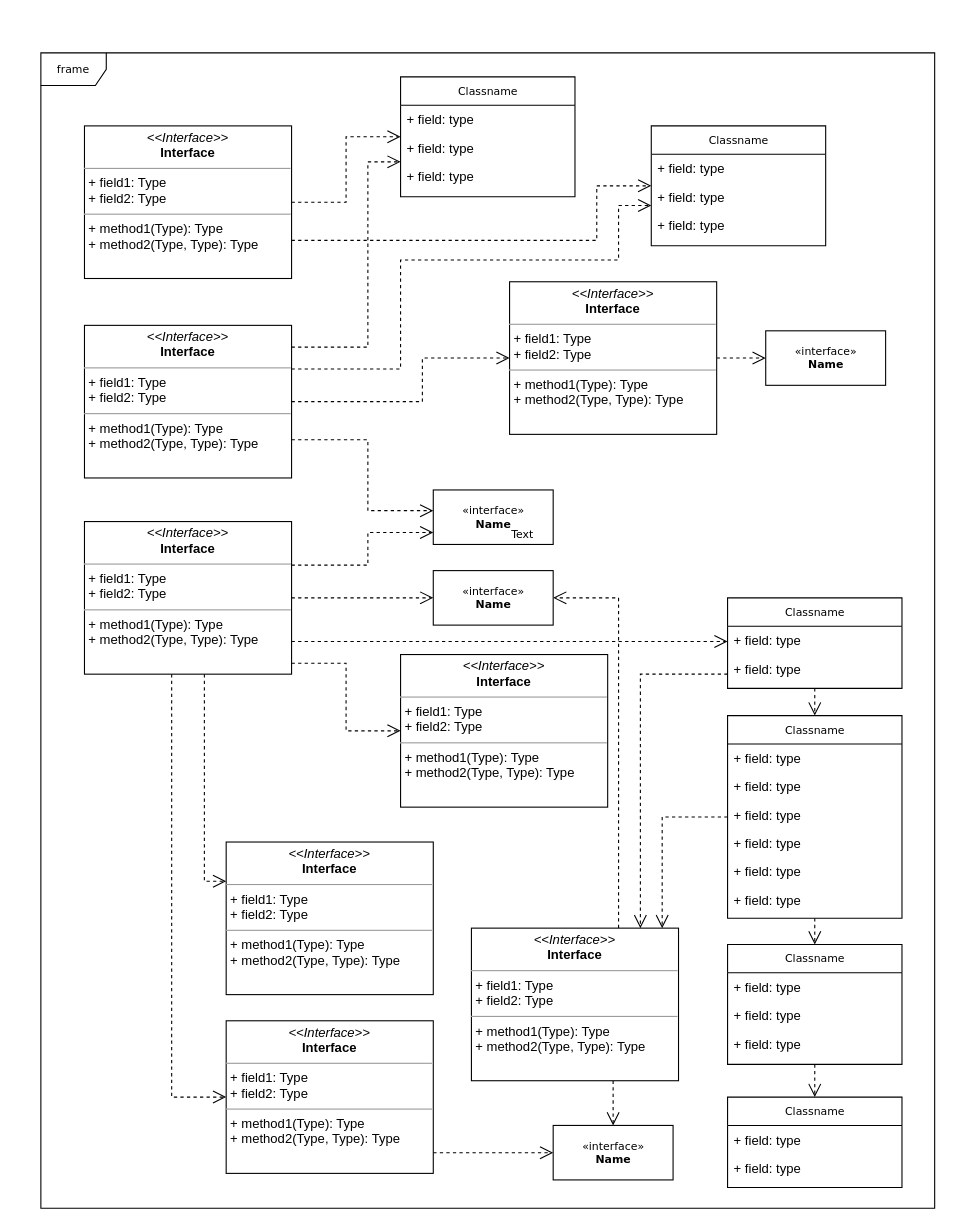
mojo-izadi/hoho keeps this draw.io diagram as Untitled Diagram.drawio. Above is the earlier version. Source tidied: cells renumbered, new cells numbered last; positions are measured from the earlier drawing's top-left corner, leaving out a move shared by most shapes. Both pictures are drawn from the tidied source at 109%, with x=0, y=0 at pixel (40, 52).
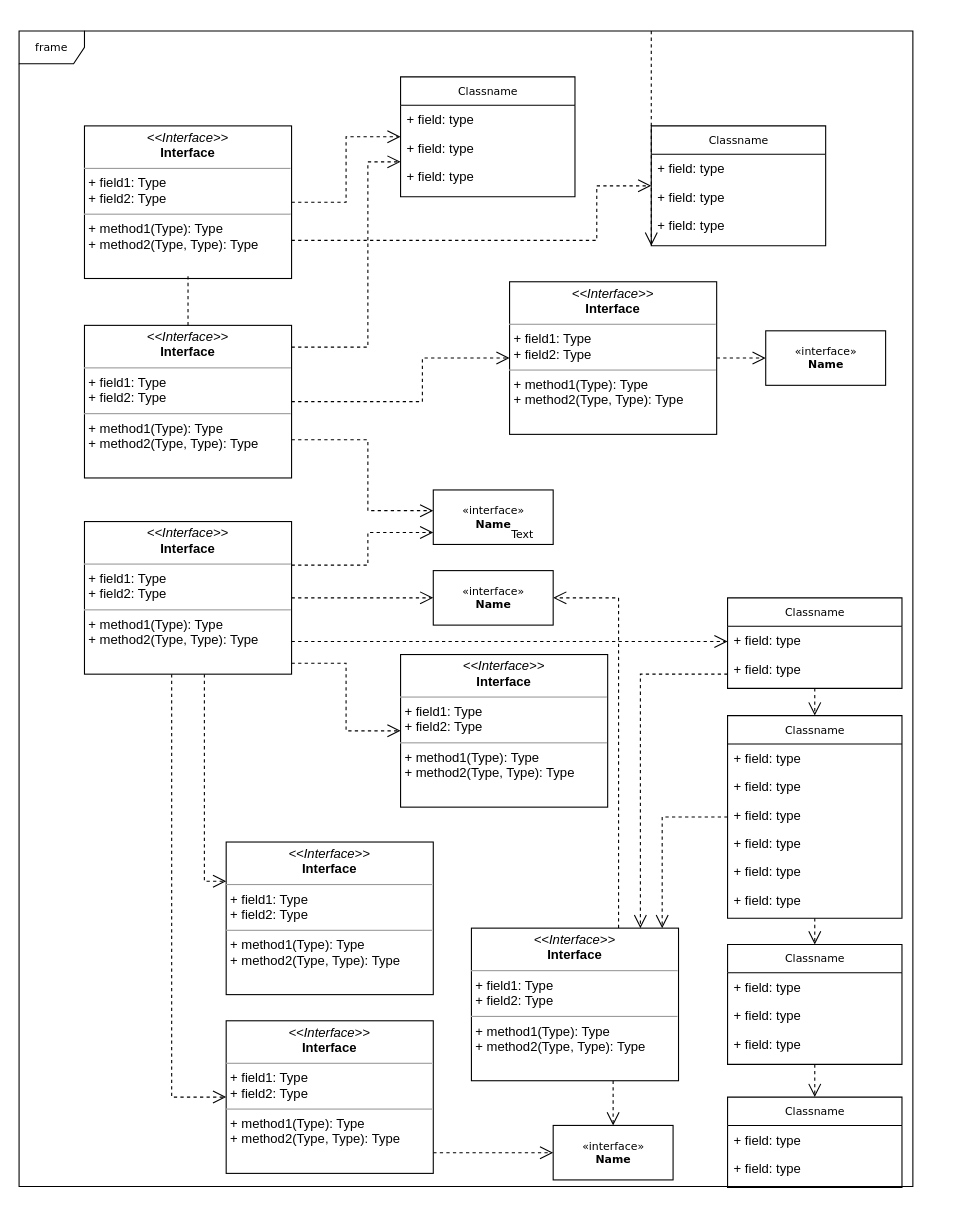
After the change.

Unchanged cells that the change refers to:
```xml
<mxCell id="16" value="Classname" style="swimlane;html=1;fontStyle=0;horizontal=1;startSize=26;fillColor=none;swimlaneFillColor=#ffffff;rounded=0;shadow=0;comic=0;labelBackgroundColor=none;strokeWidth=1;fontFamily=Verdana;fontSize=10;align=center;" parent="1" vertex="1">
  <mxGeometry x="560" y="67" width="160" height="110" as="geometry" />
</mxCell>
<mxCell id="53" value="&lt;p style=&quot;margin:0px;margin-top:4px;text-align:center;&quot;&gt;&lt;i&gt;&amp;lt;&amp;lt;Interface&amp;gt;&amp;gt;&lt;/i&gt;&lt;br/&gt;&lt;b&gt;Interface&lt;/b&gt;&lt;/p&gt;&lt;hr size=&quot;1&quot;/&gt;&lt;p style=&quot;margin:0px;margin-left:4px;&quot;&gt;+ field1: Type&lt;br/&gt;+ field2: Type&lt;/p&gt;&lt;hr size=&quot;1&quot;/&gt;&lt;p style=&quot;margin:0px;margin-left:4px;&quot;&gt;+ method1(Type): Type&lt;br/&gt;+ method2(Type, Type): Type&lt;/p&gt;" style="verticalAlign=top;align=left;overflow=fill;fontSize=12;fontFamily=Helvetica;html=1;rounded=0;shadow=0;comic=0;labelBackgroundColor=none;strokeWidth=1;" parent="1" vertex="1">
  <mxGeometry x="40" y="250" width="190" height="140" as="geometry" />
</mxCell>
```

Diff of the diagram source:
```diff
@@
-    <mxCell id="2" value="frame" style="shape=umlFrame;whiteSpace=wrap;html=1;rounded=0;shadow=0;comic=0;labelBackgroundColor=none;strokeWidth=1;fontFamily=Verdana;fontSize=10;align=center;" parent="1" vertex="1">
-      <mxGeometry width="820" height="1060" as="geometry" />
-    </mxCell>
@@
-    <mxCell id="50" style="edgeStyle=orthogonalEdgeStyle;rounded=0;html=1;dashed=1;labelBackgroundColor=none;startFill=0;endArrow=open;endFill=0;endSize=10;fontFamily=Verdana;fontSize=10;" parent="1" edge="1" source="53" target="16">
+    <mxCell id="50" style="edgeStyle=orthogonalEdgeStyle;rounded=0;html=1;dashed=1;labelBackgroundColor=none;startFill=0;endArrow=open;endFill=0;endSize=10;fontFamily=Verdana;fontSize=10;startArrow=none;" parent="1" edge="1" source="2" target="16">
       <mxGeometry relative="1" as="geometry">
         <Array as="points">
-          <mxPoint x="330" y="290" />
           <mxPoint x="330" y="190" />
           <mxPoint x="530" y="190" />
           <mxPoint x="530" y="140" />
         </Array>
       </mxGeometry>
     </mxCell>
@@
+    <mxCell id="2" value="frame" style="shape=umlFrame;whiteSpace=wrap;html=1;rounded=0;shadow=0;comic=0;labelBackgroundColor=none;strokeWidth=1;fontFamily=Verdana;fontSize=10;align=center;" parent="1" vertex="1">
+      <mxGeometry x="-20" y="-20" width="820" height="1060" as="geometry" />
+    </mxCell>
+    <mxCell id="62" style="edgeStyle=orthogonalEdgeStyle;rounded=0;html=1;dashed=1;labelBackgroundColor=none;startFill=0;endArrow=none;endFill=0;endSize=10;fontFamily=Verdana;fontSize=10;" parent="1" edge="1" source="53" target="2">
+      <mxGeometry relative="1" as="geometry">
+        <Array as="points">
+          <mxPoint x="330" y="300" />
+        </Array>
+      </mxGeometry>
+    </mxCell>
```
